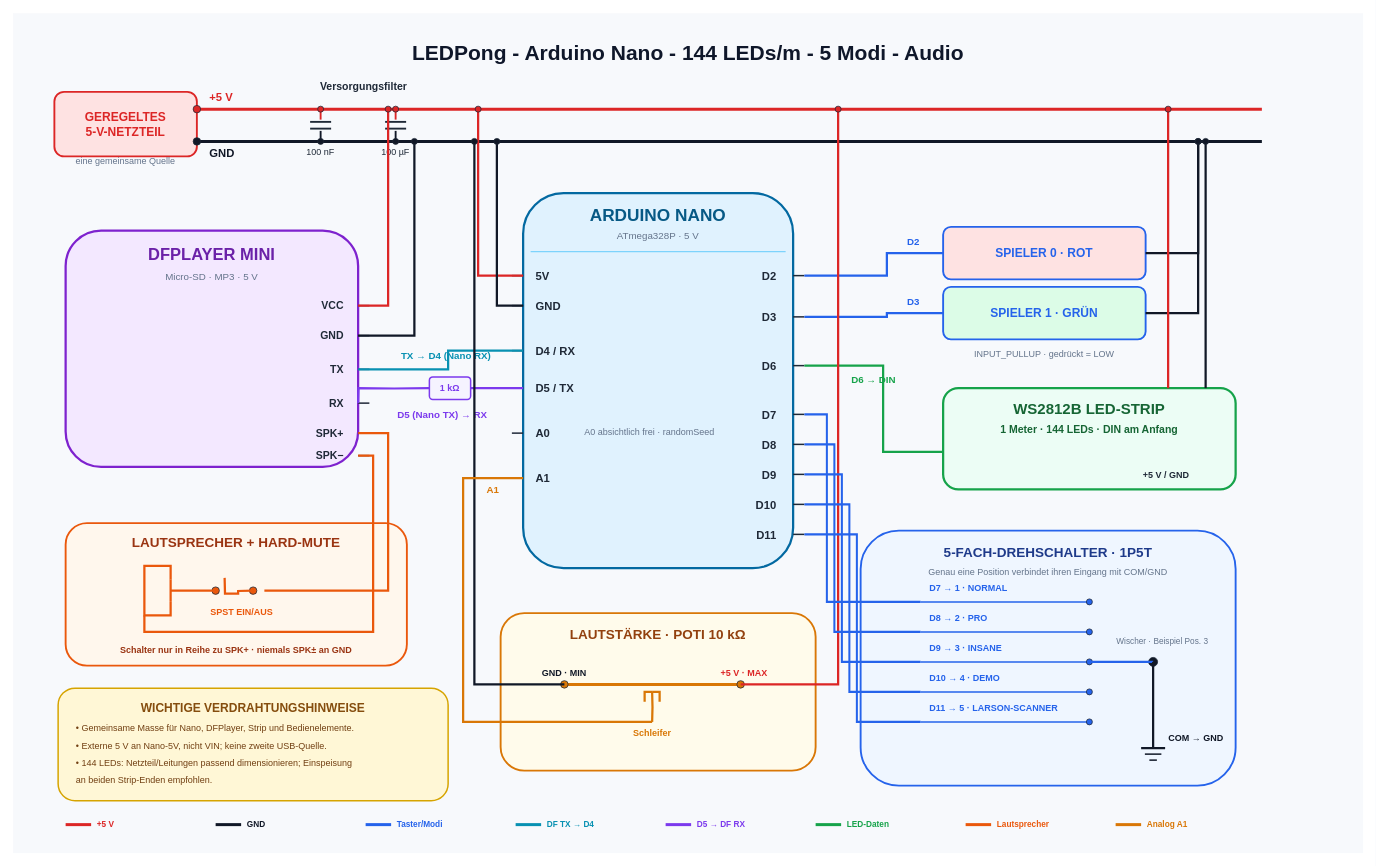
Earlier version of the draw.io diagram docs/Grafischer-Verdrahtungs-und-Anschlussplan.drawio (AF360/LEDPong). Source tidied: cells renumbered, new cells numbered last; positions are measured from the earlier drawing's top-left corner, leaving out a move shared by most shapes. Both pictures are drawn from the tidied source at 75%, with x=0, y=0 at pixel (13, 13).
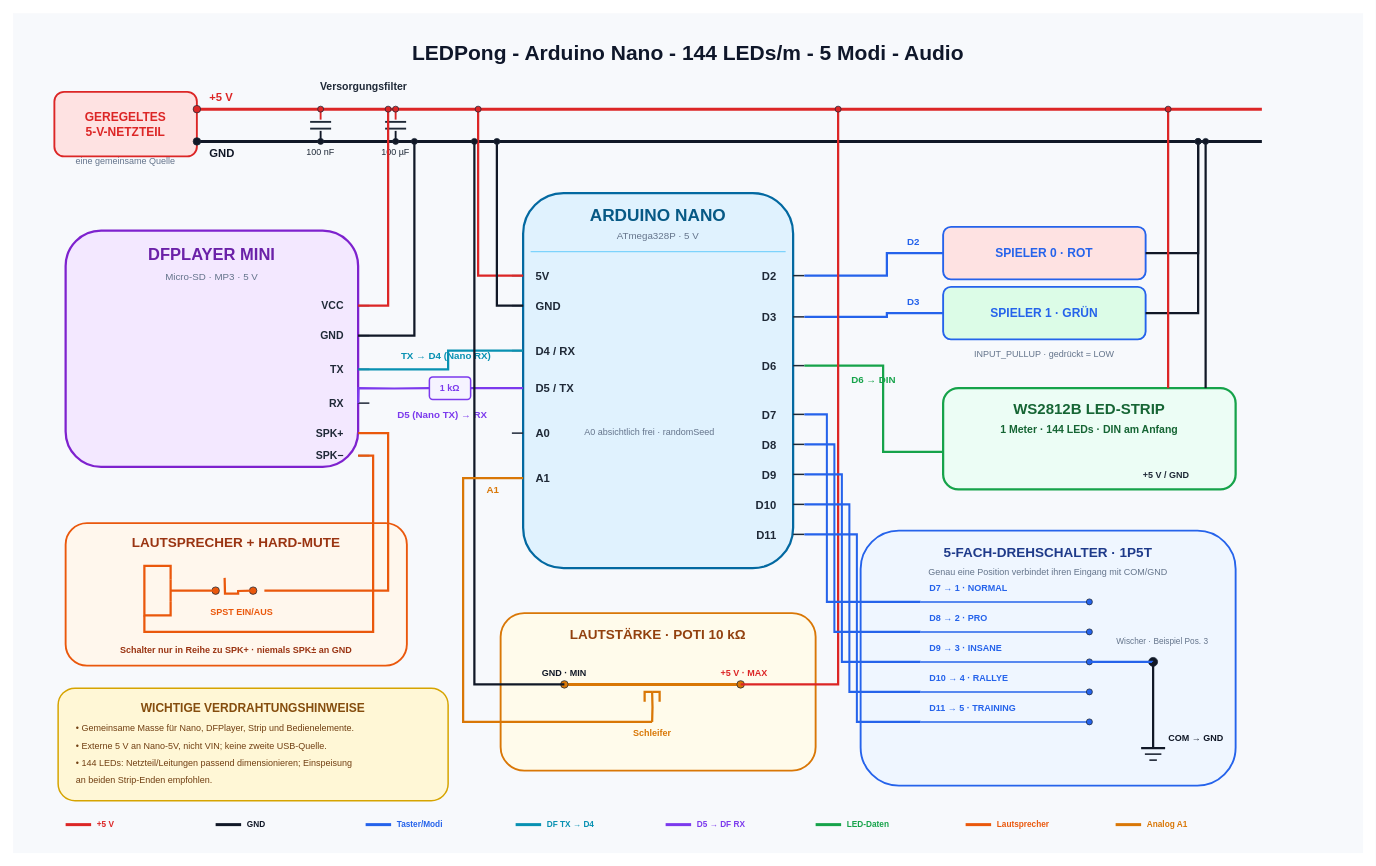
Above is the later version.

Diff of the diagram source:
```diff
@@
-    <mxCell id="149" value="D10  →  4 · DEMO" style="text;html=1;strokeColor=none;fillColor=none;align=left;verticalAlign=middle;whiteSpace=wrap;fontColor=#2563eb;fontSize=12;fontStyle=1;" parent="1" vertex="1">
+    <mxCell id="149" value="D10  →  4 · RALLYE" style="text;html=1;strokeColor=none;fillColor=none;align=left;verticalAlign=middle;whiteSpace=wrap;fontColor=#2563eb;fontSize=12;fontStyle=1;" parent="1" vertex="1">
       <mxGeometry x="1220" y="876" width="208" height="22" as="geometry" />
     </mxCell>
@@
-    <mxCell id="151" value="D11  →  5 · LARSON-SCANNER" style="text;html=1;strokeColor=none;fillColor=none;align=left;verticalAlign=middle;whiteSpace=wrap;fontColor=#2563eb;fontSize=12;fontStyle=1;" parent="1" vertex="1">
+    <mxCell id="151" value="D11  →  5 · TRAINING" style="text;html=1;strokeColor=none;fillColor=none;align=left;verticalAlign=middle;whiteSpace=wrap;fontColor=#2563eb;fontSize=12;fontStyle=1;" parent="1" vertex="1">
       <mxGeometry x="1220" y="916" width="208" height="22" as="geometry" />
     </mxCell>
```
